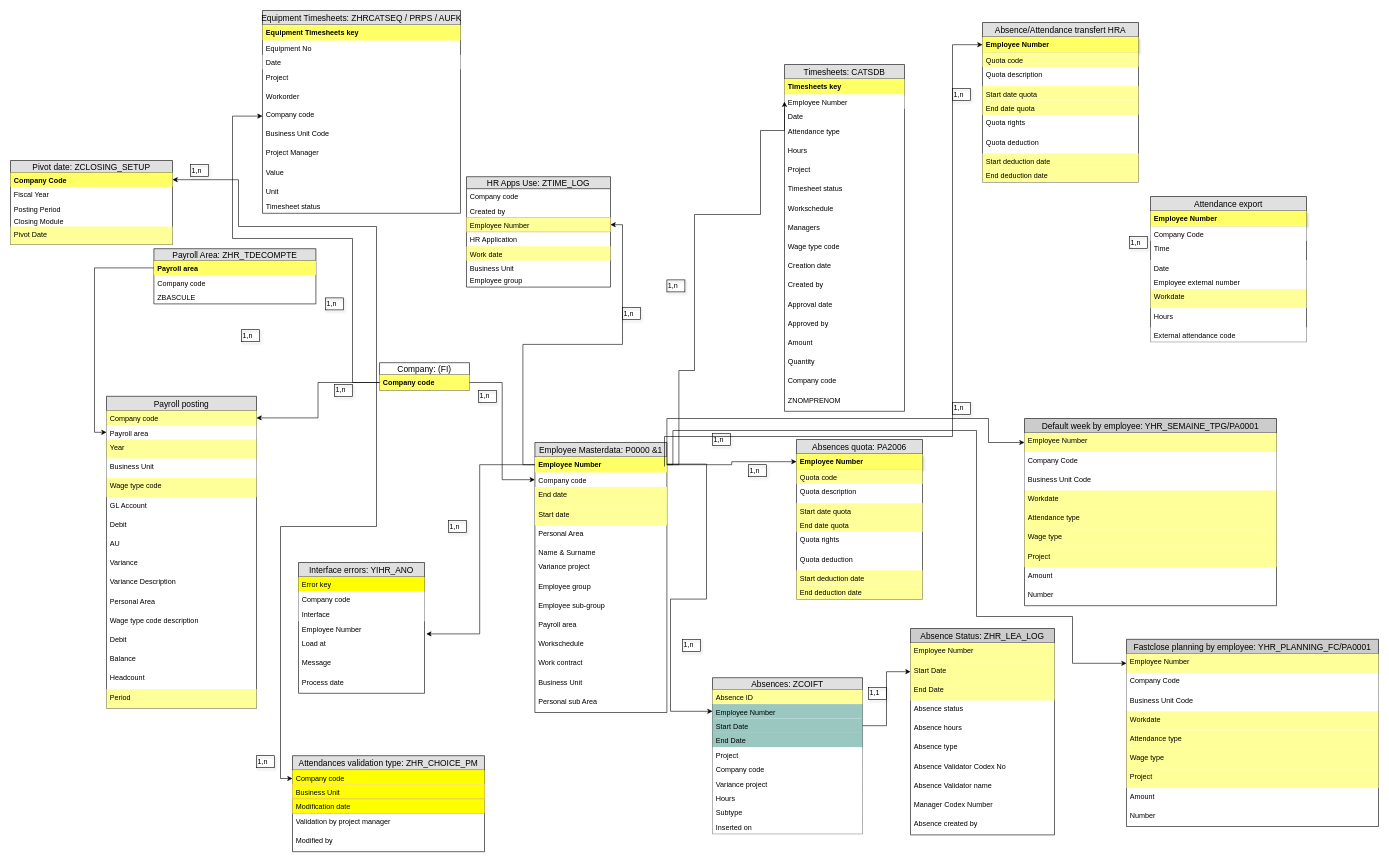
Earlier version of the draw.io diagram page "HR" (2 of 6) of Codex Data Model.drawio (vesi-jorrego/Codex-Data-Model). Source tidied: cells renumbered, new cells numbered last; positions are measured from the earlier drawing's top-left corner, leaving out a move shared by most shapes. Both pictures are drawn from the tidied source at 60%, with x=0, y=0 at pixel (10, 10).
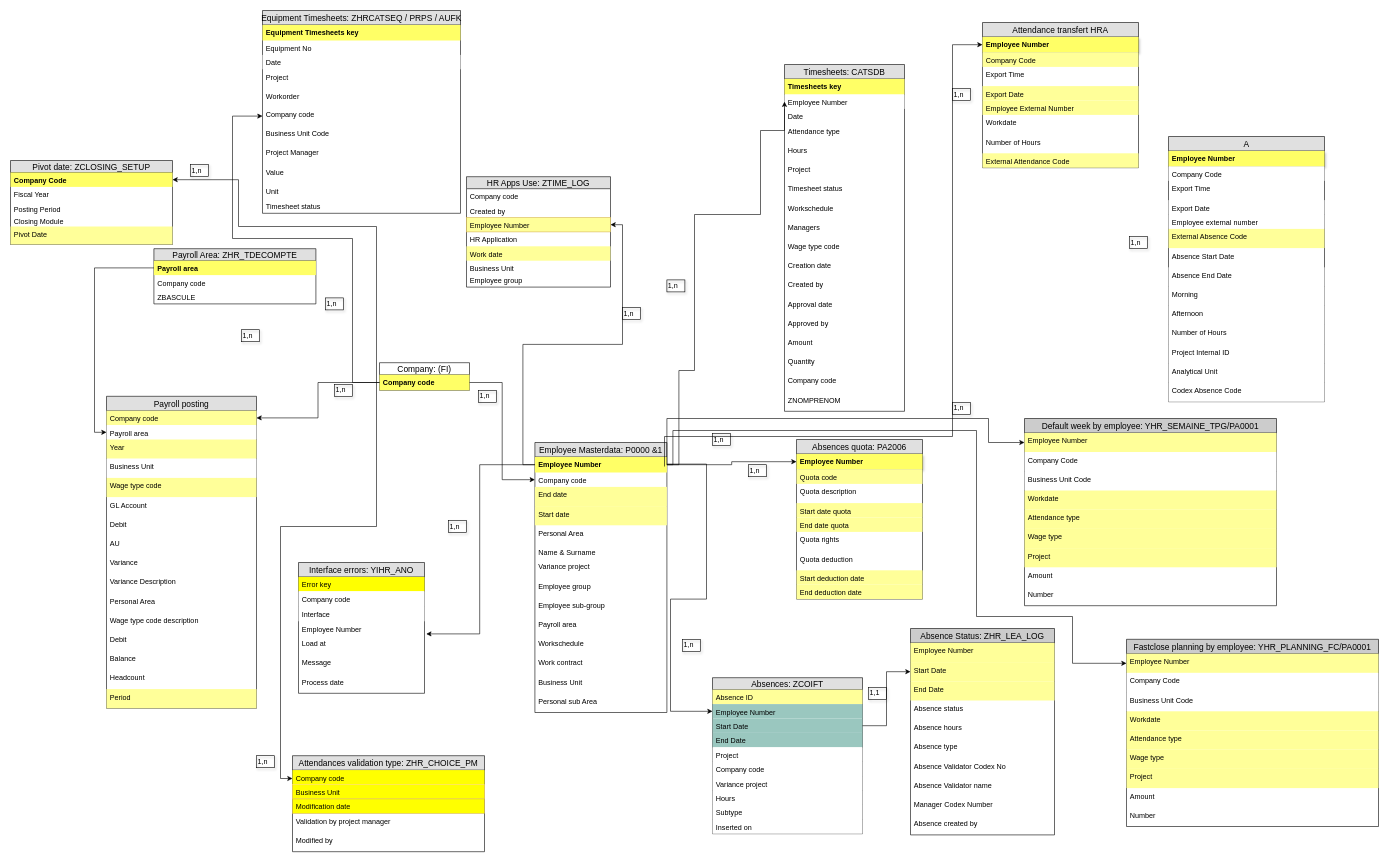
Above is the later version.

The edit, as a diff of the source:
```diff
@@
-    <mxCell id="140" value="Absence/Attendance transfert HRA" style="swimlane;fontStyle=0;horizontal=1;startSize=24;fillColor=#e0e0e0;swimlaneFillColor=#ffffff;align=center;fontSize=14;" parent="1" vertex="1">
-      <mxGeometry x="1620" y="20" width="260" height="266" as="geometry" />
+    <mxCell id="140" value="Attendance transfert HRA" style="swimlane;fontStyle=0;horizontal=1;startSize=24;fillColor=#e0e0e0;swimlaneFillColor=#ffffff;align=center;fontSize=14;" parent="1" vertex="1">
+      <mxGeometry x="1620" y="20" width="260" height="242" as="geometry" />
     </mxCell>
@@
-    <mxCell id="142" value="Quota code" style="text;strokeColor=none;fillColor=#FFFF99;spacingLeft=4;spacingRight=4;overflow=hidden;fontSize=12;" parent="140" vertex="1">
+    <mxCell id="142" value="Company Code" style="text;strokeColor=none;fillColor=#FFFF99;spacingLeft=4;spacingRight=4;overflow=hidden;fontSize=12;" parent="140" vertex="1">
       <mxGeometry y="50" width="260" height="24" as="geometry" />
     </mxCell>
-    <mxCell id="143" value="Quota description" style="text;strokeColor=none;fillColor=none;spacingLeft=4;spacingRight=4;overflow=hidden;fontSize=12;" parent="140" vertex="1">
+    <mxCell id="143" value="Export Time" style="text;strokeColor=none;fillColor=none;spacingLeft=4;spacingRight=4;overflow=hidden;fontSize=12;" parent="140" vertex="1">
       <mxGeometry y="74" width="260" height="32" as="geometry" />
     </mxCell>
-    <mxCell id="144" value="Start date quota" style="text;strokeColor=none;fillColor=#FFFF99;spacingLeft=4;spacingRight=4;overflow=hidden;fontSize=12;" parent="140" vertex="1">
+    <mxCell id="144" value="Export Date" style="text;strokeColor=none;fillColor=#FFFF99;spacingLeft=4;spacingRight=4;overflow=hidden;fontSize=12;" parent="140" vertex="1">
       <mxGeometry y="106" width="260" height="24" as="geometry" />
     </mxCell>
-    <mxCell id="145" value="End date quota" style="text;strokeColor=none;fillColor=#FFFF99;spacingLeft=4;spacingRight=4;overflow=hidden;fontSize=12;" parent="140" vertex="1">
+    <mxCell id="145" value="Employee External Number" style="text;strokeColor=none;fillColor=#FFFF99;spacingLeft=4;spacingRight=4;overflow=hidden;fontSize=12;" parent="140" vertex="1">
       <mxGeometry y="130" width="260" height="24" as="geometry" />
     </mxCell>
-    <mxCell id="146" value="Quota rights" style="text;strokeColor=none;fillColor=none;spacingLeft=4;spacingRight=4;overflow=hidden;fontSize=12;" parent="140" vertex="1">
+    <mxCell id="146" value="Workdate" style="text;strokeColor=none;fillColor=none;spacingLeft=4;spacingRight=4;overflow=hidden;fontSize=12;" parent="140" vertex="1">
       <mxGeometry y="154" width="260" height="32" as="geometry" />
     </mxCell>
-    <mxCell id="147" value="Quota deduction" style="text;strokeColor=none;fillColor=none;spacingLeft=4;spacingRight=4;overflow=hidden;fontSize=12;" parent="140" vertex="1">
+    <mxCell id="147" value="Number of Hours" style="text;strokeColor=none;fillColor=none;spacingLeft=4;spacingRight=4;overflow=hidden;fontSize=12;" parent="140" vertex="1">
       <mxGeometry y="186" width="260" height="32" as="geometry" />
     </mxCell>
-    <mxCell id="148" value="Start deduction date" style="text;strokeColor=none;fillColor=#FFFF99;spacingLeft=4;spacingRight=4;overflow=hidden;fontSize=12;" parent="140" vertex="1">
+    <mxCell id="148" value="External Attendance Code" style="text;strokeColor=none;fillColor=#FFFF99;spacingLeft=4;spacingRight=4;overflow=hidden;fontSize=12;" parent="140" vertex="1">
       <mxGeometry y="218" width="260" height="24" as="geometry" />
     </mxCell>
-    <mxCell id="149" value="End deduction date" style="text;strokeColor=none;fillColor=#FFFF99;spacingLeft=4;spacingRight=4;overflow=hidden;fontSize=12;" parent="140" vertex="1">
-      <mxGeometry y="242" width="260" height="24" as="geometry" />
-    </mxCell>
@@
-    <mxCell id="191" value="Attendance export" style="swimlane;fontStyle=0;horizontal=1;startSize=24;fillColor=#e0e0e0;swimlaneFillColor=#ffffff;align=center;fontSize=14;" parent="1" vertex="1">
-      <mxGeometry x="1900" y="310" width="260" height="242" as="geometry" />
+    <mxCell id="191" value="A" style="swimlane;fontStyle=0;horizontal=1;startSize=24;fillColor=#e0e0e0;swimlaneFillColor=#ffffff;align=center;fontSize=14;" parent="1" vertex="1">
+      <mxGeometry x="1930" y="210" width="260" height="442" as="geometry" />
     </mxCell>
@@
-    <mxCell id="194" value="Time" style="text;strokeColor=none;fillColor=none;spacingLeft=4;spacingRight=4;overflow=hidden;fontSize=12;" parent="191" vertex="1">
+    <mxCell id="194" value="Export Time" style="text;strokeColor=none;fillColor=none;spacingLeft=4;spacingRight=4;overflow=hidden;fontSize=12;" parent="191" vertex="1">
       <mxGeometry y="74" width="260" height="32" as="geometry" />
     </mxCell>
-    <mxCell id="195" value="Date" style="text;strokeColor=none;fillColor=#FFFFFF;spacingLeft=4;spacingRight=4;overflow=hidden;fontSize=12;" parent="191" vertex="1">
+    <mxCell id="195" value="Export Date" style="text;strokeColor=none;fillColor=#FFFFFF;spacingLeft=4;spacingRight=4;overflow=hidden;fontSize=12;" parent="191" vertex="1">
       <mxGeometry y="106" width="260" height="24" as="geometry" />
     </mxCell>
@@
-    <mxCell id="197" value="Workdate" style="text;strokeColor=none;fillColor=#FFFF99;spacingLeft=4;spacingRight=4;overflow=hidden;fontSize=12;" parent="191" vertex="1">
+    <mxCell id="197" value="External Absence Code" style="text;strokeColor=none;fillColor=#FFFF99;spacingLeft=4;spacingRight=4;overflow=hidden;fontSize=12;" parent="191" vertex="1">
       <mxGeometry y="154" width="260" height="32" as="geometry" />
     </mxCell>
-    <mxCell id="198" value="Hours" style="text;strokeColor=none;fillColor=none;spacingLeft=4;spacingRight=4;overflow=hidden;fontSize=12;" parent="191" vertex="1">
+    <mxCell id="198" value="Absence Start Date" style="text;strokeColor=none;fillColor=none;spacingLeft=4;spacingRight=4;overflow=hidden;fontSize=12;" parent="191" vertex="1">
       <mxGeometry y="186" width="260" height="32" as="geometry" />
     </mxCell>
-    <mxCell id="199" value="External attendance code" style="text;strokeColor=none;fillColor=#FFFFFF;spacingLeft=4;spacingRight=4;overflow=hidden;fontSize=12;" parent="191" vertex="1">
-      <mxGeometry y="218" width="260" height="24" as="geometry" />
+    <mxCell id="199" value="Absence End Date" style="text;strokeColor=none;fillColor=#FFFFFF;spacingLeft=4;spacingRight=4;overflow=hidden;fontSize=12;" parent="191" vertex="1">
+      <mxGeometry y="218" width="260" height="32" as="geometry" />
     </mxCell>
+    <mxCell id="203" value="Morning" style="text;strokeColor=none;fillColor=#FFFFFF;spacingLeft=4;spacingRight=4;overflow=hidden;fontSize=12;" parent="191" vertex="1">
+      <mxGeometry y="250" width="260" height="32" as="geometry" />
+    </mxCell>
+    <mxCell id="204" value="Afternoon" style="text;strokeColor=none;fillColor=#FFFFFF;spacingLeft=4;spacingRight=4;overflow=hidden;fontSize=12;" parent="191" vertex="1">
+      <mxGeometry y="282" width="260" height="32" as="geometry" />
+    </mxCell>
+    <mxCell id="205" value="Number of Hours" style="text;strokeColor=none;fillColor=#FFFFFF;spacingLeft=4;spacingRight=4;overflow=hidden;fontSize=12;" parent="191" vertex="1">
+      <mxGeometry y="314" width="260" height="32" as="geometry" />
+    </mxCell>
+    <mxCell id="206" value="Project Internal ID" style="text;strokeColor=none;fillColor=#FFFFFF;spacingLeft=4;spacingRight=4;overflow=hidden;fontSize=12;" parent="191" vertex="1">
+      <mxGeometry y="346" width="260" height="32" as="geometry" />
+    </mxCell>
+    <mxCell id="207" value="Analytical Unit" style="text;strokeColor=none;fillColor=#FFFFFF;spacingLeft=4;spacingRight=4;overflow=hidden;fontSize=12;" parent="191" vertex="1">
+      <mxGeometry y="378" width="260" height="32" as="geometry" />
+    </mxCell>
+    <mxCell id="208" value="Codex Absence Code" style="text;strokeColor=none;fillColor=#FFFFFF;spacingLeft=4;spacingRight=4;overflow=hidden;fontSize=12;" parent="191" vertex="1">
+      <mxGeometry y="410" width="260" height="32" as="geometry" />
+    </mxCell>
```
